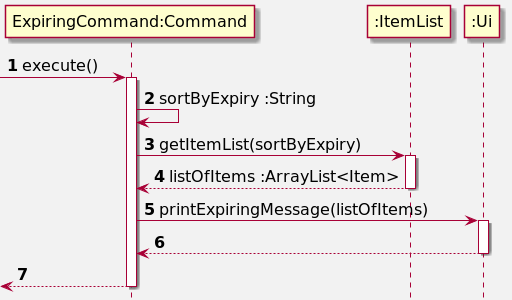
Before: docs/umlDiagrams/ExpiringSequence.png, a diagram exported from PlantUML (uosjapuelks/tp). Its source is kept beside it as docs/pumlFiles/ExpiringSequence.puml.
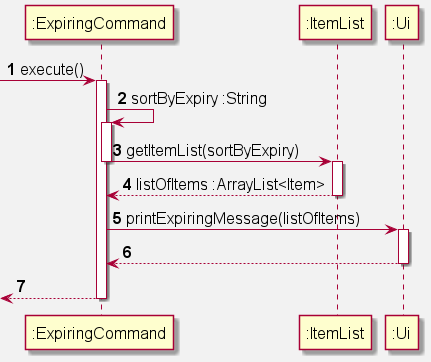
Above is the later version.

The edit, as a diff of the source:
```diff
@@ -9,8 +9,12 @@
 activate ":ExpiringCommand"
 
 ":ExpiringCommand" -> ":ExpiringCommand" : sortByExpiry :String
+activate ":ExpiringCommand"
+
 ":ExpiringCommand" -> ":ItemList": getItemList(sortByExpiry)
+deactivate ":ExpiringCommand"
 activate ":ItemList"
+
 ":ExpiringCommand" <--":ItemList": listOfItems :ArrayList<Item>
 deactivate ":ItemList"
 ":ExpiringCommand" -> ":Ui": printExpiringMessage(listOfItems)
```
